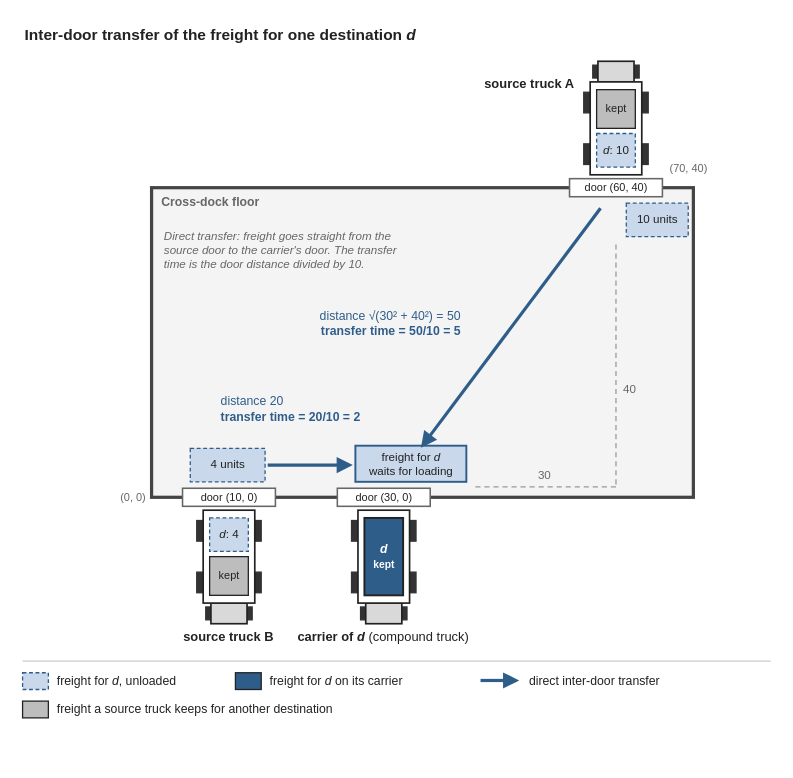
Before: paper/figures/fig_transfer_example.drawio in znxkznxk1030/VAA-GILS, a draw.io diagram. Source tidied: cells renumbered, new cells numbered last; positions are measured from the earlier drawing's top-left corner, leaving out a move shared by most shapes. Both pictures are drawn from the tidied source at 129%, with x=0, y=0 at pixel (22, 22).
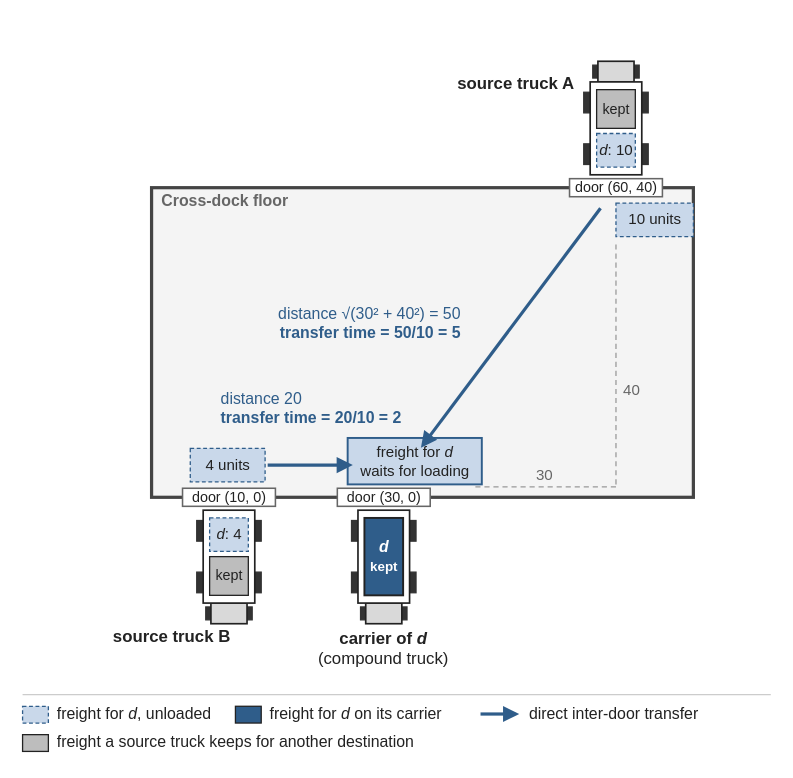
The same diagram, later.

The edit, as a diff of the source:
```diff
@@
-    <mxCell id="2" value="Inter-door transfer of the freight for one destination &lt;i&gt;d&lt;/i&gt;" style="text;html=1;strokeColor=none;fillColor=none;align=left;verticalAlign=middle;whiteSpace=wrap;fontSize=12;fontColor=#222222;fontStyle=1;fontFamily=Helvetica;" parent="1" vertex="1">
-      <mxGeometry width="580" height="20" as="geometry" />
-    </mxCell>
@@
-    <mxCell id="4" value="Cross-dock floor" style="text;html=1;strokeColor=none;fillColor=none;align=left;verticalAlign=middle;whiteSpace=wrap;fontSize=9.5;fontColor=#666666;fontStyle=1;fontFamily=Helvetica;" parent="1" vertex="1">
+    <mxCell id="4" value="Cross-dock floor" style="text;html=1;strokeColor=none;fillColor=none;align=left;verticalAlign=middle;whiteSpace=wrap;fontSize=12.3;fontColor=#666666;fontStyle=1;fontFamily=Helvetica;" parent="1" vertex="1">
       <mxGeometry x="106" y="132" width="120" height="14" as="geometry" />
     </mxCell>
-    <mxCell id="5" value="(0, 0)" style="text;html=1;strokeColor=none;fillColor=none;align=right;verticalAlign=middle;whiteSpace=wrap;fontSize=8.5;fontColor=#666666;fontStyle=0;fontFamily=Helvetica;" parent="1" vertex="1">
-      <mxGeometry x="56" y="362" width="42" height="12" as="geometry" />
-    </mxCell>
-    <mxCell id="6" value="(70, 40)" style="text;html=1;strokeColor=none;fillColor=none;align=left;verticalAlign=middle;whiteSpace=wrap;fontSize=8.5;fontColor=#666666;fontStyle=0;fontFamily=Helvetica;" parent="1" vertex="1">
-      <mxGeometry x="500" y="107" width="48" height="12" as="geometry" />
-    </mxCell>
@@
-    <mxCell id="15" value="kept" style="rounded=0;html=1;fillColor=#BDBDBD;strokeColor=#222222;fontColor=#222222;fontSize=8.5;fontFamily=Helvetica;" parent="1" vertex="1">
+    <mxCell id="15" value="kept" style="rounded=0;html=1;fillColor=#BDBDBD;strokeColor=#222222;fontColor=#222222;fontSize=11.1;fontFamily=Helvetica;" parent="1" vertex="1">
       <mxGeometry x="445" y="52" width="30" height="30" as="geometry" />
     </mxCell>
-    <mxCell id="16" value="&lt;i&gt;d&lt;/i&gt;: 10" style="rounded=0;html=1;fillColor=#C9D8EA;strokeColor=#2F5D8A;dashed=1;dashPattern=3 2;fontColor=#222222;fontSize=9;fontFamily=Helvetica;" parent="1" vertex="1">
+    <mxCell id="16" value="&lt;i&gt;d&lt;/i&gt;: 10" style="rounded=0;html=1;fillColor=#C9D8EA;strokeColor=#2F5D8A;dashed=1;dashPattern=3 2;fontColor=#222222;fontSize=11.7;fontFamily=Helvetica;" parent="1" vertex="1">
       <mxGeometry x="445" y="86" width="30" height="26" as="geometry" />
     </mxCell>
@@
-    <mxCell id="25" value="&lt;i&gt;d&lt;/i&gt;: 4" style="rounded=0;html=1;fillColor=#C9D8EA;strokeColor=#2F5D8A;dashed=1;dashPattern=3 2;fontColor=#222222;fontSize=9;fontFamily=Helvetica;" parent="1" vertex="1">
+    <mxCell id="25" value="&lt;i&gt;d&lt;/i&gt;: 4" style="rounded=0;html=1;fillColor=#C9D8EA;strokeColor=#2F5D8A;dashed=1;dashPattern=3 2;fontColor=#222222;fontSize=11.7;fontFamily=Helvetica;" parent="1" vertex="1">
       <mxGeometry x="145" y="384" width="30" height="26" as="geometry" />
     </mxCell>
-    <mxCell id="26" value="kept" style="rounded=0;html=1;fillColor=#BDBDBD;strokeColor=#222222;fontColor=#222222;fontSize=8.5;fontFamily=Helvetica;" parent="1" vertex="1">
+    <mxCell id="26" value="kept" style="rounded=0;html=1;fillColor=#BDBDBD;strokeColor=#222222;fontColor=#222222;fontSize=11.1;fontFamily=Helvetica;" parent="1" vertex="1">
       <mxGeometry x="145" y="414" width="30" height="30" as="geometry" />
     </mxCell>
@@
-    <mxCell id="35" value="&lt;i&gt;d&lt;/i&gt;&lt;br&gt;&lt;span style='font-size:8px'&gt;kept&lt;/span&gt;" style="rounded=0;html=1;fillColor=#2F5D8A;strokeColor=#222222;strokeWidth=1.5;fontColor=#FFFFFF;fontSize=9.5;fontStyle=1;fontFamily=Helvetica;" parent="1" vertex="1">
+    <mxCell id="35" value="&lt;i&gt;d&lt;/i&gt;&lt;br&gt;&lt;span style='font-size:10.4px'&gt;kept&lt;/span&gt;" style="rounded=0;html=1;fillColor=#2F5D8A;strokeColor=#222222;strokeWidth=1.5;fontColor=#FFFFFF;fontSize=12.3;fontStyle=1;fontFamily=Helvetica;" parent="1" vertex="1">
       <mxGeometry x="265" y="384" width="30" height="60" as="geometry" />
     </mxCell>
-    <mxCell id="36" value="door (60, 40)" style="rounded=0;html=1;fillColor=#FFFFFF;strokeColor=#666666;strokeWidth=1.2;fontSize=8.5;fontColor=#222222;fontFamily=Helvetica;" parent="1" vertex="1">
+    <mxCell id="36" value="door (60, 40)" style="rounded=0;html=1;fillColor=#FFFFFF;strokeColor=#666666;strokeWidth=1.2;fontSize=11.1;fontColor=#222222;fontFamily=Helvetica;" parent="1" vertex="1">
       <mxGeometry x="424" y="121" width="72" height="14" as="geometry" />
     </mxCell>
-    <mxCell id="37" value="door (30, 0)" style="rounded=0;html=1;fillColor=#FFFFFF;strokeColor=#666666;strokeWidth=1.2;fontSize=8.5;fontColor=#222222;fontFamily=Helvetica;" parent="1" vertex="1">
+    <mxCell id="37" value="door (30, 0)" style="rounded=0;html=1;fillColor=#FFFFFF;strokeColor=#666666;strokeWidth=1.2;fontSize=11.1;fontColor=#222222;fontFamily=Helvetica;" parent="1" vertex="1">
       <mxGeometry x="244" y="361" width="72" height="14" as="geometry" />
     </mxCell>
-    <mxCell id="38" value="door (10, 0)" style="rounded=0;html=1;fillColor=#FFFFFF;strokeColor=#666666;strokeWidth=1.2;fontSize=8.5;fontColor=#222222;fontFamily=Helvetica;" parent="1" vertex="1">
+    <mxCell id="38" value="door (10, 0)" style="rounded=0;html=1;fillColor=#FFFFFF;strokeColor=#666666;strokeWidth=1.2;fontSize=11.1;fontColor=#222222;fontFamily=Helvetica;" parent="1" vertex="1">
       <mxGeometry x="124" y="361" width="72" height="14" as="geometry" />
     </mxCell>
-    <mxCell id="39" value="&lt;b&gt;source truck A&lt;/b&gt;" style="text;html=1;strokeColor=none;fillColor=none;align=right;verticalAlign=middle;whiteSpace=wrap;fontSize=10;fontColor=#222222;fontStyle=0;fontFamily=Helvetica;" parent="1" vertex="1">
+    <mxCell id="39" value="&lt;b&gt;source truck A&lt;/b&gt;" style="text;html=1;strokeColor=none;fillColor=none;align=right;verticalAlign=middle;whiteSpace=wrap;fontSize=13.0;fontColor=#222222;fontStyle=0;fontFamily=Helvetica;" parent="1" vertex="1">
       <mxGeometry x="270" y="32" width="160" height="30" as="geometry" />
     </mxCell>
-    <mxCell id="40" value="&lt;b&gt;source truck B&lt;/b&gt;" style="text;html=1;strokeColor=none;fillColor=none;align=center;verticalAlign=middle;whiteSpace=wrap;fontSize=10;fontColor=#222222;fontStyle=0;fontFamily=Helvetica;" parent="1" vertex="1">
-      <mxGeometry x="84" y="468" width="152" height="16" as="geometry" />
+    <mxCell id="40" value="&lt;b&gt;source truck B&lt;/b&gt;" style="text;html=1;strokeColor=none;fillColor=none;align=center;verticalAlign=middle;whiteSpace=wrap;fontSize=13.0;fontColor=#222222;fontStyle=0;fontFamily=Helvetica;" parent="1" vertex="1">
+      <mxGeometry x="40" y="468" width="152" height="16" as="geometry" />
     </mxCell>
-    <mxCell id="41" value="&lt;b&gt;carrier of &lt;i&gt;d&lt;/i&gt;&lt;/b&gt; (compound truck)" style="text;html=1;strokeColor=none;fillColor=none;align=center;verticalAlign=middle;whiteSpace=wrap;fontSize=10;fontColor=#222222;fontStyle=0;fontFamily=Helvetica;" parent="1" vertex="1">
-      <mxGeometry x="190" y="468" width="180" height="16" as="geometry" />
+    <mxCell id="41" value="&lt;b&gt;carrier of &lt;i&gt;d&lt;/i&gt;&lt;/b&gt;&lt;br&gt;(compound truck)" style="text;html=1;strokeColor=none;fillColor=none;align=center;verticalAlign=middle;whiteSpace=wrap;fontSize=13.0;fontColor=#222222;fontStyle=0;fontFamily=Helvetica;" parent="1" vertex="1">
+      <mxGeometry x="200" y="468" width="160" height="34" as="geometry" />
     </mxCell>
-    <mxCell id="42" value="10 units" style="rounded=0;html=1;fillColor=#C9D8EA;strokeColor=#2F5D8A;dashed=1;dashPattern=3 2;fontSize=9;fontColor=#222222;fontFamily=Helvetica;" parent="1" vertex="1">
-      <mxGeometry x="468" y="140" width="48" height="26" as="geometry" />
+    <mxCell id="42" value="10 units" style="rounded=0;html=1;fillColor=#C9D8EA;strokeColor=#2F5D8A;dashed=1;dashPattern=3 2;fontSize=11.7;fontColor=#222222;fontFamily=Helvetica;" parent="1" vertex="1">
+      <mxGeometry x="460" y="140" width="60" height="26" as="geometry" />
     </mxCell>
-    <mxCell id="43" value="4 units" style="rounded=0;html=1;fillColor=#C9D8EA;strokeColor=#2F5D8A;dashed=1;dashPattern=3 2;fontSize=9;fontColor=#222222;fontFamily=Helvetica;" parent="1" vertex="1">
+    <mxCell id="43" value="4 units" style="rounded=0;html=1;fillColor=#C9D8EA;strokeColor=#2F5D8A;dashed=1;dashPattern=3 2;fontSize=11.7;fontColor=#222222;fontFamily=Helvetica;" parent="1" vertex="1">
       <mxGeometry x="130" y="330" width="58" height="26" as="geometry" />
     </mxCell>
-    <mxCell id="44" value="freight for &lt;i&gt;d&lt;/i&gt;&lt;br&gt;waits for loading" style="rounded=0;html=1;fillColor=#C9D8EA;strokeColor=#2F5D8A;strokeWidth=1.5;fontSize=9;fontColor=#222222;fontFamily=Helvetica;" parent="1" vertex="1">
-      <mxGeometry x="258" y="328" width="86" height="28" as="geometry" />
+    <mxCell id="44" value="freight for &lt;i&gt;d&lt;/i&gt;&lt;br&gt;waits for loading" style="rounded=0;html=1;fillColor=#C9D8EA;strokeColor=#2F5D8A;strokeWidth=1.5;fontSize=11.7;fontColor=#222222;fontFamily=Helvetica;" parent="1" vertex="1">
+      <mxGeometry x="252" y="322" width="104" height="36" as="geometry" />
     </mxCell>
@@
-    <mxCell id="49" value="40" style="text;html=1;strokeColor=none;fillColor=none;align=left;verticalAlign=middle;whiteSpace=wrap;fontSize=9;fontColor=#666666;fontStyle=0;fontFamily=Helvetica;" parent="1" vertex="1">
+    <mxCell id="49" value="40" style="text;html=1;strokeColor=none;fillColor=none;align=left;verticalAlign=middle;whiteSpace=wrap;fontSize=11.7;fontColor=#666666;fontStyle=0;fontFamily=Helvetica;" parent="1" vertex="1">
       <mxGeometry x="464" y="278" width="30" height="14" as="geometry" />
     </mxCell>
-    <mxCell id="50" value="30" style="text;html=1;strokeColor=none;fillColor=none;align=center;verticalAlign=middle;whiteSpace=wrap;fontSize=9;fontColor=#666666;fontStyle=0;fontFamily=Helvetica;" parent="1" vertex="1">
+    <mxCell id="50" value="30" style="text;html=1;strokeColor=none;fillColor=none;align=center;verticalAlign=middle;whiteSpace=wrap;fontSize=11.7;fontColor=#666666;fontStyle=0;fontFamily=Helvetica;" parent="1" vertex="1">
       <mxGeometry x="390" y="344" width="30" height="14" as="geometry" />
     </mxCell>
-    <mxCell id="51" value="distance √(30² + 40²) = 50&lt;br&gt;&lt;b&gt;transfer time = 50/10 = 5&lt;/b&gt;" style="text;html=1;strokeColor=none;fillColor=none;align=right;verticalAlign=middle;whiteSpace=wrap;fontSize=9.5;fontColor=#2F5D8A;fontStyle=0;fontFamily=Helvetica;" parent="1" vertex="1">
+    <mxCell id="51" value="distance √(30² + 40²) = 50&lt;br&gt;&lt;b&gt;transfer time = 50/10 = 5&lt;/b&gt;" style="text;html=1;strokeColor=none;fillColor=none;align=right;verticalAlign=middle;whiteSpace=wrap;fontSize=12.3;fontColor=#2F5D8A;fontStyle=0;fontFamily=Helvetica;" parent="1" vertex="1">
       <mxGeometry x="130" y="218" width="212" height="30" as="geometry" />
     </mxCell>
-    <mxCell id="52" value="distance 20&lt;br&gt;&lt;b&gt;transfer time = 20/10 = 2&lt;/b&gt;" style="text;html=1;strokeColor=none;fillColor=none;align=left;verticalAlign=middle;whiteSpace=wrap;fontSize=9.5;fontColor=#2F5D8A;fontStyle=0;fontFamily=Helvetica;" parent="1" vertex="1">
+    <mxCell id="52" value="distance 20&lt;br&gt;&lt;b&gt;transfer time = 20/10 = 2&lt;/b&gt;" style="text;html=1;strokeColor=none;fillColor=none;align=left;verticalAlign=middle;whiteSpace=wrap;fontSize=12.3;fontColor=#2F5D8A;fontStyle=0;fontFamily=Helvetica;" parent="1" vertex="1">
       <mxGeometry x="152" y="284" width="200" height="30" as="geometry" />
     </mxCell>
-    <mxCell id="53" value="Direct transfer: freight goes straight from the source door to the carrier's door. The transfer time is the door distance divided by 10." style="text;html=1;strokeColor=none;fillColor=none;align=left;verticalAlign=top;whiteSpace=wrap;fontSize=9;fontColor=#666666;fontStyle=2;fontFamily=Helvetica;" parent="1" vertex="1">
-      <mxGeometry x="108" y="154" width="190" height="40" as="geometry" />
-    </mxCell>
     <mxCell id="54" style="line;strokeColor=#CCCCCC;strokeWidth=1;html=1;" parent="1" vertex="1">
-      <mxGeometry y="494" width="580" height="2" as="geometry" />
+      <mxGeometry y="520" width="580" height="2" as="geometry" />
     </mxCell>
     <mxCell id="55" style="rounded=0;html=1;fillColor=#C9D8EA;strokeColor=#2F5D8A;dashed=1;dashPattern=3 2;" parent="1" vertex="1">
-      <mxGeometry y="504" width="20" height="13" as="geometry" />
+      <mxGeometry y="530" width="20" height="13" as="geometry" />
     </mxCell>
-    <mxCell id="56" value="freight for &lt;i&gt;d&lt;/i&gt;, unloaded" style="text;html=1;strokeColor=none;fillColor=none;align=left;verticalAlign=middle;whiteSpace=wrap;fontSize=9.5;fontColor=#222222;fontStyle=0;fontFamily=Helvetica;" parent="1" vertex="1">
-      <mxGeometry x="25" y="500" width="130" height="20" as="geometry" />
+    <mxCell id="56" value="freight for &lt;i&gt;d&lt;/i&gt;, unloaded" style="text;html=1;strokeColor=none;fillColor=none;align=left;verticalAlign=middle;whiteSpace=wrap;fontSize=12.3;fontColor=#222222;fontStyle=0;fontFamily=Helvetica;" parent="1" vertex="1">
+      <mxGeometry x="25" y="526" width="130" height="20" as="geometry" />
     </mxCell>
     <mxCell id="57" style="rounded=0;html=1;fillColor=#2F5D8A;strokeColor=#222222;" parent="1" vertex="1">
-      <mxGeometry x="165" y="504" width="20" height="13" as="geometry" />
+      <mxGeometry x="165" y="530" width="20" height="13" as="geometry" />
     </mxCell>
-    <mxCell id="58" value="freight for &lt;i&gt;d&lt;/i&gt; on its carrier" style="text;html=1;strokeColor=none;fillColor=none;align=left;verticalAlign=middle;whiteSpace=wrap;fontSize=9.5;fontColor=#222222;fontStyle=0;fontFamily=Helvetica;" parent="1" vertex="1">
-      <mxGeometry x="190" y="500" width="150" height="20" as="geometry" />
+    <mxCell id="58" value="freight for &lt;i&gt;d&lt;/i&gt; on its carrier" style="text;html=1;strokeColor=none;fillColor=none;align=left;verticalAlign=middle;whiteSpace=wrap;fontSize=12.3;fontColor=#222222;fontStyle=0;fontFamily=Helvetica;" parent="1" vertex="1">
+      <mxGeometry x="190" y="526" width="150" height="20" as="geometry" />
     </mxCell>
     <mxCell id="59" style="endArrow=block;endFill=1;endSize=6;html=1;rounded=0;strokeColor=#2F5D8A;strokeWidth=2.5;" parent="1" edge="1">
       <mxGeometry relative="1" as="geometry">
-        <mxPoint x="355" y="510" as="sourcePoint" />
-        <mxPoint x="385" y="510" as="targetPoint" />
+        <mxPoint x="355" y="536" as="sourcePoint" />
+        <mxPoint x="385" y="536" as="targetPoint" />
       </mxGeometry>
     </mxCell>
-    <mxCell id="60" value="direct inter-door transfer" style="text;html=1;strokeColor=none;fillColor=none;align=left;verticalAlign=middle;whiteSpace=wrap;fontSize=9.5;fontColor=#222222;fontStyle=0;fontFamily=Helvetica;" parent="1" vertex="1">
-      <mxGeometry x="391" y="500" width="180" height="20" as="geometry" />
+    <mxCell id="60" value="direct inter-door transfer" style="text;html=1;strokeColor=none;fillColor=none;align=left;verticalAlign=middle;whiteSpace=wrap;fontSize=12.3;fontColor=#222222;fontStyle=0;fontFamily=Helvetica;" parent="1" vertex="1">
+      <mxGeometry x="391" y="526" width="180" height="20" as="geometry" />
     </mxCell>
     <mxCell id="61" style="rounded=0;html=1;fillColor=#BDBDBD;strokeColor=#222222;" parent="1" vertex="1">
-      <mxGeometry y="526" width="20" height="13" as="geometry" />
+      <mxGeometry y="552" width="20" height="13" as="geometry" />
     </mxCell>
-    <mxCell id="62" value="freight a source truck keeps for another destination" style="text;html=1;strokeColor=none;fillColor=none;align=left;verticalAlign=middle;whiteSpace=wrap;fontSize=9.5;fontColor=#222222;fontStyle=0;fontFamily=Helvetica;" parent="1" vertex="1">
-      <mxGeometry x="25" y="522" width="300" height="20" as="geometry" />
+    <mxCell id="62" value="freight a source truck keeps for another destination" style="text;html=1;strokeColor=none;fillColor=none;align=left;verticalAlign=middle;whiteSpace=wrap;fontSize=12.3;fontColor=#222222;fontStyle=0;fontFamily=Helvetica;" parent="1" vertex="1">
+      <mxGeometry x="25" y="548" width="300" height="20" as="geometry" />
     </mxCell>
```
